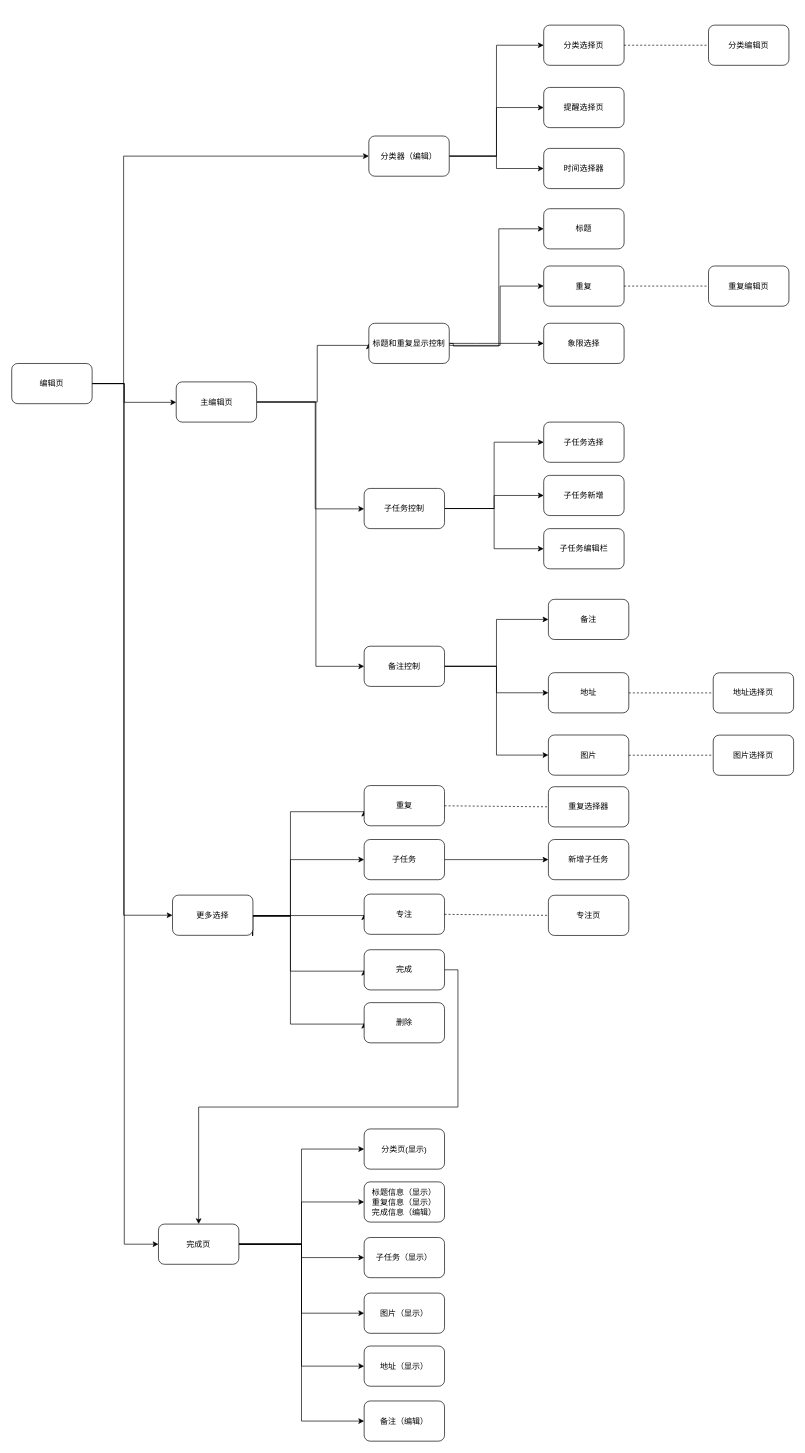
Earlier version of the draw.io diagram page "编辑页业务" (1 of 3) of 时光序编辑页.drawio (cangwang/Canvas). Source tidied: cells renumbered, new cells numbered last; positions are measured from the earlier drawing's top-left corner, leaving out a move shared by most shapes. Both pictures are drawn from the tidied source at 67%, with x=0, y=0 at pixel (11, 25).
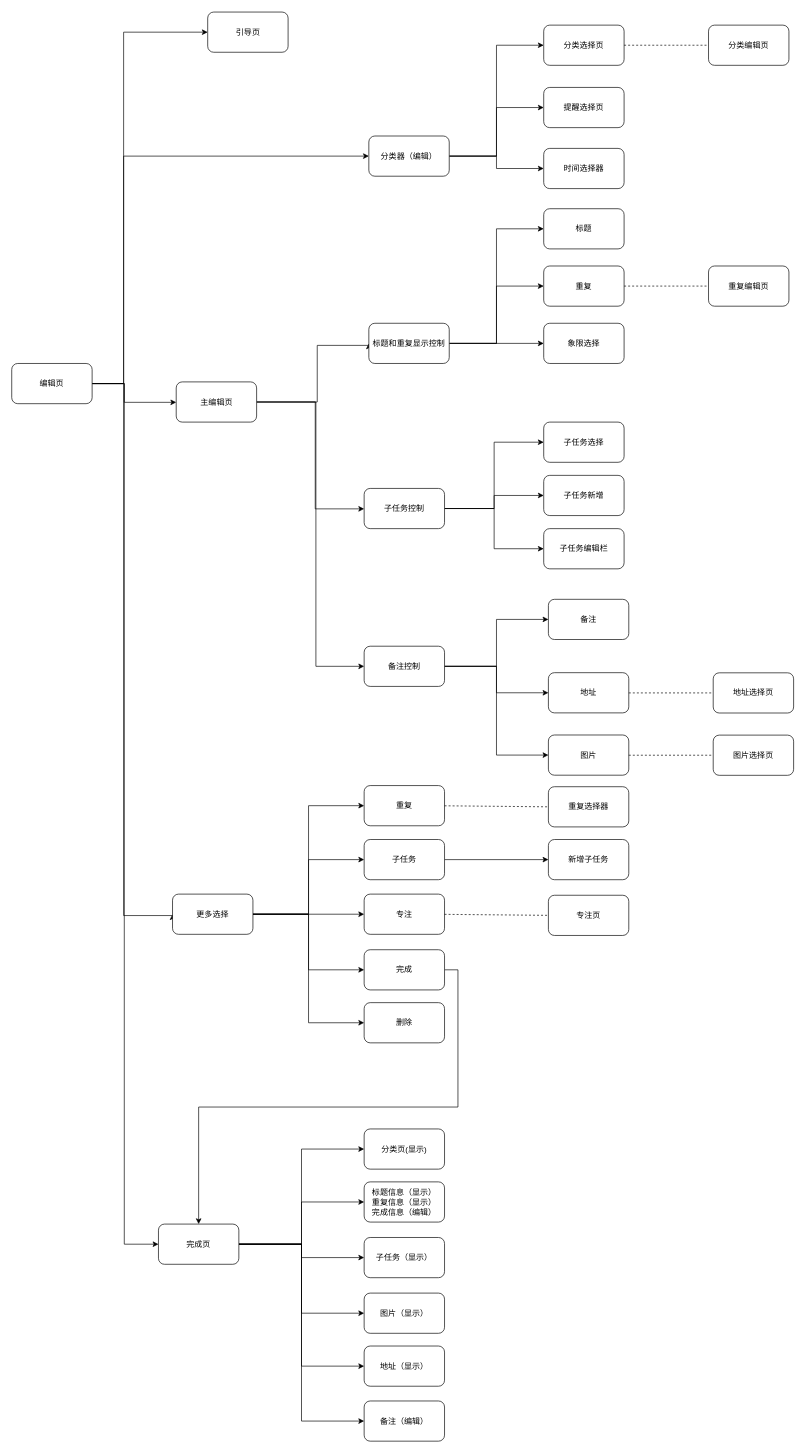
Above is the later version.

Commit message:
更新时光序编辑页.drawio

Unchanged cells that the change refers to:
```xml
<mxCell id="6" value="编辑页" style="rounded=1;whiteSpace=wrap;html=1;" parent="1" vertex="1">
  <mxGeometry y="505" width="120" height="60" as="geometry" />
</mxCell>
<mxCell id="25" value="标题和重复显示控制" style="rounded=1;whiteSpace=wrap;html=1;" parent="1" vertex="1">
  <mxGeometry x="533" y="445" width="120" height="60" as="geometry" />
</mxCell>
<mxCell id="34" value="标题" style="rounded=1;whiteSpace=wrap;html=1;" parent="1" vertex="1">
  <mxGeometry x="794" y="274" width="120" height="60" as="geometry" />
</mxCell>
<mxCell id="35" value="重复" style="rounded=1;whiteSpace=wrap;html=1;" parent="1" vertex="1">
  <mxGeometry x="794" y="359.5" width="120" height="60" as="geometry" />
</mxCell>
<mxCell id="36" value="象限选择" style="rounded=1;whiteSpace=wrap;html=1;" parent="1" vertex="1">
  <mxGeometry x="794" y="445" width="120" height="60" as="geometry" />
</mxCell>
<mxCell id="49" value="重复" style="rounded=1;whiteSpace=wrap;html=1;" parent="1" vertex="1">
  <mxGeometry x="526" y="1135" width="120" height="60" as="geometry" />
</mxCell>
<mxCell id="51" value="子任务" style="rounded=1;whiteSpace=wrap;html=1;" parent="1" vertex="1">
  <mxGeometry x="526" y="1215.5" width="120" height="60" as="geometry" />
</mxCell>
<mxCell id="52" value="专注" style="rounded=1;whiteSpace=wrap;html=1;" parent="1" vertex="1">
  <mxGeometry x="526" y="1297" width="120" height="60" as="geometry" />
</mxCell>
<mxCell id="54" value="完成" style="rounded=1;whiteSpace=wrap;html=1;" parent="1" vertex="1">
  <mxGeometry x="526" y="1380" width="120" height="60" as="geometry" />
</mxCell>
<mxCell id="55" value="删除" style="rounded=1;whiteSpace=wrap;html=1;" parent="1" vertex="1">
  <mxGeometry x="526" y="1459" width="120" height="60" as="geometry" />
</mxCell>
```

The edit, as a diff of the source:
```diff
@@
+    <mxCell id="78" style="edgeStyle=orthogonalEdgeStyle;rounded=0;jettySize=auto;html=1;exitX=1;exitY=0.5;exitDx=0;exitDy=0;entryX=0;entryY=0.5;entryDx=0;entryDy=0;" parent="1" edge="1" source="6" target="84">
+      <mxGeometry relative="1" as="geometry">
+        <Array as="points">
+          <mxPoint x="167" y="535" />
+          <mxPoint x="167" y="11" />
+        </Array>
+      </mxGeometry>
+    </mxCell>
@@
-    <mxCell id="22" style="edgeStyle=orthogonalEdgeStyle;rounded=0;jettySize=auto;html=1;exitX=1;exitY=0.5;exitDx=0;exitDy=0;" parent="1" edge="1" source="25" target="34">
-      <mxGeometry relative="1" as="geometry">
-        <Array as="points">
-          <mxPoint x="659" y="479" />
-          <mxPoint x="727" y="479" />
-          <mxPoint x="727" y="304" />
-        </Array>
-      </mxGeometry>
+    <mxCell id="22" style="edgeStyle=orthogonalEdgeStyle;rounded=0;jettySize=auto;html=1;exitX=1;exitY=0.5;exitDx=0;exitDy=0;entryX=0;entryY=0.5;entryDx=0;entryDy=0;" parent="1" edge="1" source="25" target="34">
+      <mxGeometry relative="1" as="geometry" />
     </mxCell>
     <mxCell id="23" style="edgeStyle=orthogonalEdgeStyle;rounded=0;jettySize=auto;html=1;exitX=1;exitY=0.5;exitDx=0;exitDy=0;entryX=0;entryY=0.5;entryDx=0;entryDy=0;" parent="1" edge="1" source="25" target="35">
-      <mxGeometry relative="1" as="geometry">
-        <Array as="points">
-          <mxPoint x="729" y="478" />
-          <mxPoint x="729" y="390" />
-        </Array>
-      </mxGeometry>
+      <mxGeometry relative="1" as="geometry" />
     </mxCell>
-    <mxCell id="24" style="edgeStyle=orthogonalEdgeStyle;rounded=0;jettySize=auto;html=1;exitX=1;exitY=0.5;exitDx=0;exitDy=0;" parent="1" edge="1" source="25" target="36">
-      <mxGeometry relative="1" as="geometry">
-        <Array as="points">
-          <mxPoint x="694" y="475" />
-          <mxPoint x="694" y="475" />
-        </Array>
-      </mxGeometry>
+    <mxCell id="24" style="edgeStyle=orthogonalEdgeStyle;rounded=0;jettySize=auto;html=1;exitX=1;exitY=0.5;exitDx=0;exitDy=0;entryX=0;entryY=0.5;entryDx=0;entryDy=0;" parent="1" edge="1" source="25" target="36">
+      <mxGeometry relative="1" as="geometry" />
     </mxCell>
@@
-    <mxCell id="37" style="edgeStyle=orthogonalEdgeStyle;rounded=0;jettySize=auto;html=1;exitX=1;exitY=0.5;exitDx=0;exitDy=0;entryX=0;entryY=0.625;entryDx=0;entryDy=0;entryPerimeter=0;" parent="1" edge="1" target="49">
-      <mxGeometry relative="1" as="geometry">
-        <mxPoint x="359.5" y="1359" as="sourcePoint" />
-        <Array as="points">
-          <mxPoint x="360" y="1329" />
-          <mxPoint x="416" y="1329" />
-          <mxPoint x="416" y="1174" />
-        </Array>
-      </mxGeometry>
-    </mxCell>
-    <mxCell id="38" style="edgeStyle=orthogonalEdgeStyle;rounded=0;jettySize=auto;html=1;exitX=1;exitY=0.5;exitDx=0;exitDy=0;entryX=0;entryY=0.5;entryDx=0;entryDy=0;" parent="1" edge="1" target="52">
-      <mxGeometry relative="1" as="geometry">
-        <mxPoint x="359.5" y="1359" as="sourcePoint" />
-        <Array as="points">
-          <mxPoint x="360" y="1329" />
-        </Array>
-      </mxGeometry>
-    </mxCell>
-    <mxCell id="39" style="edgeStyle=orthogonalEdgeStyle;rounded=0;jettySize=auto;html=1;exitX=1;exitY=0.5;exitDx=0;exitDy=0;entryX=0;entryY=0.5;entryDx=0;entryDy=0;" parent="1" edge="1" target="54">
-      <mxGeometry relative="1" as="geometry">
-        <mxPoint x="359.5" y="1359" as="sourcePoint" />
-        <Array as="points">
-          <mxPoint x="360" y="1329" />
-          <mxPoint x="416" y="1329" />
-          <mxPoint x="416" y="1412" />
-        </Array>
-      </mxGeometry>
-    </mxCell>
-    <mxCell id="40" style="edgeStyle=orthogonalEdgeStyle;rounded=0;jettySize=auto;html=1;exitX=1;exitY=0.5;exitDx=0;exitDy=0;entryX=0;entryY=0.5;entryDx=0;entryDy=0;" parent="1" edge="1" target="55">
-      <mxGeometry relative="1" as="geometry">
-        <mxPoint x="359.5" y="1359" as="sourcePoint" />
-        <Array as="points">
-          <mxPoint x="360" y="1330" />
-          <mxPoint x="416" y="1330" />
-          <mxPoint x="416" y="1491" />
-        </Array>
-      </mxGeometry>
-    </mxCell>
-    <mxCell id="41" style="edgeStyle=orthogonalEdgeStyle;rounded=0;jettySize=auto;html=1;exitX=1;exitY=0.5;exitDx=0;exitDy=0;entryX=0;entryY=0.5;entryDx=0;entryDy=0;" parent="1" edge="1" target="51">
-      <mxGeometry relative="1" as="geometry">
-        <mxPoint x="359.5" y="1359" as="sourcePoint" />
-        <Array as="points">
-          <mxPoint x="360" y="1330" />
-          <mxPoint x="416" y="1330" />
-          <mxPoint x="416" y="1246" />
-        </Array>
-      </mxGeometry>
-    </mxCell>
+    <mxCell id="79" style="edgeStyle=orthogonalEdgeStyle;rounded=0;jettySize=auto;html=1;exitX=1;exitY=0.5;exitDx=0;exitDy=0;" parent="1" edge="1" source="42" target="52">
+      <mxGeometry relative="1" as="geometry" />
+    </mxCell>
+    <mxCell id="80" style="edgeStyle=orthogonalEdgeStyle;rounded=0;jettySize=auto;html=1;exitX=1;exitY=0.5;exitDx=0;exitDy=0;entryX=0;entryY=0.5;entryDx=0;entryDy=0;" parent="1" edge="1" source="42" target="49">
+      <mxGeometry relative="1" as="geometry" />
+    </mxCell>
+    <mxCell id="81" style="edgeStyle=orthogonalEdgeStyle;rounded=0;jettySize=auto;html=1;exitX=1;exitY=0.5;exitDx=0;exitDy=0;entryX=0;entryY=0.5;entryDx=0;entryDy=0;" parent="1" edge="1" source="42" target="54">
+      <mxGeometry relative="1" as="geometry" />
+    </mxCell>
+    <mxCell id="82" style="edgeStyle=orthogonalEdgeStyle;rounded=0;jettySize=auto;html=1;exitX=1;exitY=0.5;exitDx=0;exitDy=0;entryX=0;entryY=0.5;entryDx=0;entryDy=0;" parent="1" edge="1" source="42" target="51">
+      <mxGeometry relative="1" as="geometry" />
+    </mxCell>
+    <mxCell id="83" style="edgeStyle=orthogonalEdgeStyle;rounded=0;jettySize=auto;html=1;exitX=1;exitY=0.5;exitDx=0;exitDy=0;entryX=0;entryY=0.5;entryDx=0;entryDy=0;" parent="1" edge="1" source="42" target="55">
+      <mxGeometry relative="1" as="geometry" />
+    </mxCell>
     <mxCell id="42" value="更多选择" style="rounded=1;whiteSpace=wrap;html=1;" parent="1" vertex="1">
-      <mxGeometry x="240" y="1298.5" width="120" height="60" as="geometry" />
+      <mxGeometry x="240" y="1297" width="120" height="60" as="geometry" />
     </mxCell>
@@
+    <mxCell id="84" value="引导页" style="rounded=1;whiteSpace=wrap;html=1;" parent="1" vertex="1">
+      <mxGeometry x="292.5" y="-19.5" width="120" height="60" as="geometry" />
+    </mxCell>
```
